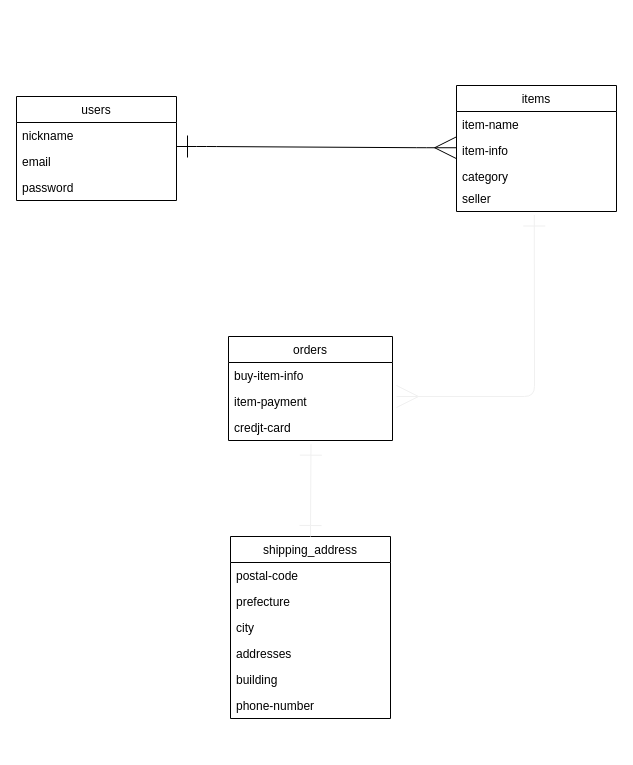
The draw.io diagram furima.dio in HiroDragon3/furima-34298, before the edit. Source tidied: cells renumbered, new cells numbered last; positions are measured from the earlier drawing's top-left corner, leaving out a move shared by most shapes. Both pictures are drawn from the tidied source at 100%, with x=0, y=0 at pixel (16, 85).
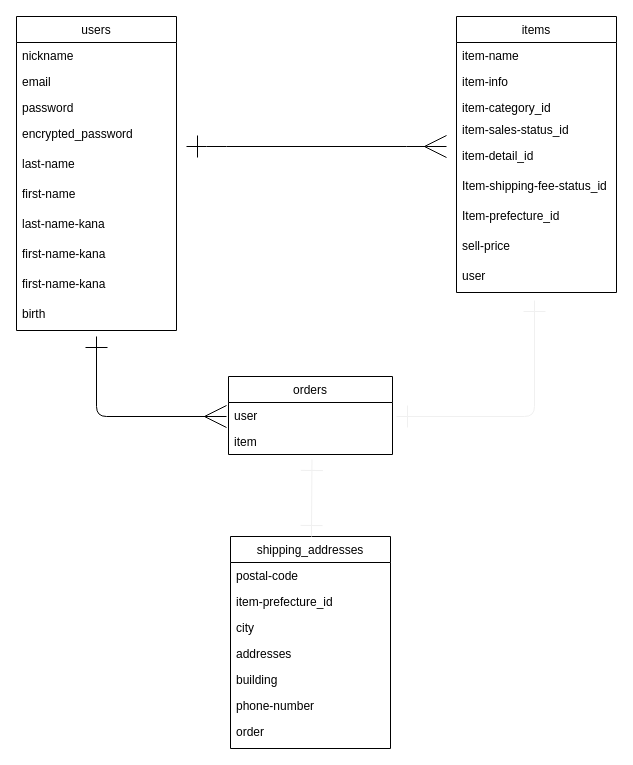
After the change.

Commit message (it also covers changes not shown here):
データベース設計　修正4

The change refers to these unchanged cells:
```xml
<mxCell id="8" value="item-info" style="text;strokeColor=none;fillColor=none;align=left;verticalAlign=top;spacingLeft=4;spacingRight=4;overflow=hidden;points=[[0,0.5],[1,0.5]];portConstraint=eastwest;" parent="6" vertex="1">
  <mxGeometry y="52" width="160" height="26" as="geometry" />
</mxCell>
```

Diff of the diagram source:
```diff
@@
     <mxCell id="2" value="users" style="swimlane;fontStyle=0;horizontal=1;startSize=26;fillColor=none;" parent="1" vertex="1">
-      <mxGeometry y="11" width="160" height="104" as="geometry" />
+      <mxGeometry y="-69" width="160" height="314" as="geometry" />
     </mxCell>
@@
+    <mxCell id="25" value="encrypted_password" style="text;strokeColor=none;fillColor=none;spacingLeft=4;spacingRight=4;overflow=hidden;fontSize=12;" parent="2" vertex="1">
+      <mxGeometry y="104" width="160" height="30" as="geometry" />
+    </mxCell>
+    <mxCell id="26" value="last-name" style="text;strokeColor=none;fillColor=none;spacingLeft=4;spacingRight=4;overflow=hidden;fontSize=12;" parent="2" vertex="1">
+      <mxGeometry y="134" width="160" height="30" as="geometry" />
+    </mxCell>
+    <mxCell id="27" value="first-name" style="text;strokeColor=none;fillColor=none;spacingLeft=4;spacingRight=4;overflow=hidden;fontSize=12;" parent="2" vertex="1">
+      <mxGeometry y="164" width="160" height="30" as="geometry" />
+    </mxCell>
+    <mxCell id="28" value="last-name-kana" style="text;strokeColor=none;fillColor=none;spacingLeft=4;spacingRight=4;overflow=hidden;fontSize=12;" parent="2" vertex="1">
+      <mxGeometry y="194" width="160" height="30" as="geometry" />
+    </mxCell>
+    <mxCell id="29" value="first-name-kana" style="text;strokeColor=none;fillColor=none;spacingLeft=4;spacingRight=4;overflow=hidden;fontSize=12;" parent="2" vertex="1">
+      <mxGeometry y="224" width="160" height="30" as="geometry" />
+    </mxCell>
+    <mxCell id="30" value="first-name-kana" style="text;strokeColor=none;fillColor=none;spacingLeft=4;spacingRight=4;overflow=hidden;fontSize=12;" parent="2" vertex="1">
+      <mxGeometry y="254" width="160" height="30" as="geometry" />
+    </mxCell>
+    <mxCell id="31" value="birth" style="text;strokeColor=none;fillColor=none;spacingLeft=4;spacingRight=4;overflow=hidden;fontSize=12;" parent="2" vertex="1">
+      <mxGeometry y="284" width="160" height="30" as="geometry" />
+    </mxCell>
     <mxCell id="6" value="items" style="swimlane;fontStyle=0;horizontal=1;startSize=26;fillColor=none;" parent="1" vertex="1">
-      <mxGeometry x="440" width="160" height="126" as="geometry" />
+      <mxGeometry x="440" y="-69" width="160" height="276" as="geometry" />
     </mxCell>
@@
-    <mxCell id="9" value="category" style="text;strokeColor=none;fillColor=none;align=left;verticalAlign=top;spacingLeft=4;spacingRight=4;overflow=hidden;" parent="6" vertex="1">
+    <mxCell id="9" value="item-category_id" style="text;strokeColor=none;fillColor=none;align=left;verticalAlign=top;spacingLeft=4;spacingRight=4;overflow=hidden;" parent="6" vertex="1">
       <mxGeometry y="78" width="160" height="22" as="geometry" />
     </mxCell>
-    <mxCell id="10" value="seller" style="text;strokeColor=none;fillColor=none;align=left;verticalAlign=top;spacingLeft=4;spacingRight=4;overflow=hidden;points=[[0,0.5],[1,0.5]];portConstraint=eastwest;" parent="6" vertex="1">
+    <mxCell id="10" value="item-sales-status_id" style="text;strokeColor=none;fillColor=none;align=left;verticalAlign=top;spacingLeft=4;spacingRight=4;overflow=hidden;points=[[0,0.5],[1,0.5]];portConstraint=eastwest;" parent="6" vertex="1">
       <mxGeometry y="100" width="160" height="26" as="geometry" />
     </mxCell>
+    <mxCell id="32" value="item-detail_id" style="text;strokeColor=none;fillColor=none;spacingLeft=4;spacingRight=4;overflow=hidden;fontSize=12;" parent="6" vertex="1">
+      <mxGeometry y="126" width="160" height="30" as="geometry" />
+    </mxCell>
+    <mxCell id="33" value="Item-shipping-fee-status_id" style="text;strokeColor=none;fillColor=none;spacingLeft=4;spacingRight=4;overflow=hidden;fontSize=12;" parent="6" vertex="1">
+      <mxGeometry y="156" width="160" height="30" as="geometry" />
+    </mxCell>
+    <mxCell id="34" value="Item-prefecture_id" style="text;strokeColor=none;fillColor=none;spacingLeft=4;spacingRight=4;overflow=hidden;fontSize=12;" parent="6" vertex="1">
+      <mxGeometry y="186" width="160" height="30" as="geometry" />
+    </mxCell>
+    <mxCell id="35" value="sell-price" style="text;strokeColor=none;fillColor=none;spacingLeft=4;spacingRight=4;overflow=hidden;fontSize=12;" parent="6" vertex="1">
+      <mxGeometry y="216" width="160" height="30" as="geometry" />
+    </mxCell>
+    <mxCell id="36" value="user" style="text;strokeColor=none;fillColor=none;spacingLeft=4;spacingRight=4;overflow=hidden;fontSize=12;" parent="6" vertex="1">
+      <mxGeometry y="246" width="160" height="30" as="geometry" />
+    </mxCell>
     <mxCell id="11" value="orders" style="swimlane;fontStyle=0;horizontal=1;startSize=26;fillColor=none;" parent="1" vertex="1">
-      <mxGeometry x="212" y="251" width="164" height="104" as="geometry" />
+      <mxGeometry x="212" y="291" width="164" height="78" as="geometry" />
     </mxCell>
-    <mxCell id="12" value="buy-item-info" style="text;strokeColor=none;fillColor=none;align=left;verticalAlign=top;spacingLeft=4;spacingRight=4;overflow=hidden;" parent="11" vertex="1">
+    <mxCell id="12" value="user" style="text;strokeColor=none;fillColor=none;align=left;verticalAlign=top;spacingLeft=4;spacingRight=4;overflow=hidden;" parent="11" vertex="1">
       <mxGeometry y="26" width="164" height="26" as="geometry" />
     </mxCell>
-    <mxCell id="13" value="item-payment" style="text;strokeColor=none;fillColor=none;align=left;verticalAlign=top;spacingLeft=4;spacingRight=4;overflow=hidden;points=[[0,0.5],[1,0.5]];portConstraint=eastwest;" parent="11" vertex="1">
+    <mxCell id="13" value="item" style="text;strokeColor=none;fillColor=none;align=left;verticalAlign=top;spacingLeft=4;spacingRight=4;overflow=hidden;points=[[0,0.5],[1,0.5]];portConstraint=eastwest;" parent="11" vertex="1">
       <mxGeometry y="52" width="164" height="26" as="geometry" />
     </mxCell>
-    <mxCell id="14" value="credjt-card" style="text;strokeColor=none;fillColor=none;align=left;verticalAlign=top;spacingLeft=4;spacingRight=4;overflow=hidden;points=[[0,0.5],[1,0.5]];portConstraint=eastwest;" parent="11" vertex="1">
-      <mxGeometry y="78" width="164" height="26" as="geometry" />
-    </mxCell>
-    <mxCell id="15" value="shipping_address" style="swimlane;fontStyle=0;horizontal=1;startSize=26;fillColor=none;" parent="1" vertex="1">
-      <mxGeometry x="214" y="451" width="160" height="182" as="geometry" />
+    <mxCell id="15" value="shipping_addresses" style="swimlane;fontStyle=0;horizontal=1;startSize=26;fillColor=none;" parent="1" vertex="1">
+      <mxGeometry x="214" y="451" width="160" height="212" as="geometry" />
     </mxCell>
@@
-    <mxCell id="17" value="prefecture" style="text;strokeColor=none;fillColor=none;align=left;verticalAlign=top;spacingLeft=4;spacingRight=4;overflow=hidden;" parent="15" vertex="1">
+    <mxCell id="17" value="item-prefecture_id" style="text;strokeColor=none;fillColor=none;align=left;verticalAlign=top;spacingLeft=4;spacingRight=4;overflow=hidden;" parent="15" vertex="1">
       <mxGeometry y="52" width="160" height="26" as="geometry" />
     </mxCell>
@@
+    <mxCell id="37" value="order" style="text;strokeColor=none;fillColor=none;spacingLeft=4;spacingRight=4;overflow=hidden;fontSize=12;" parent="15" vertex="1">
+      <mxGeometry y="182" width="160" height="30" as="geometry" />
+    </mxCell>
-    <mxCell id="22" style="edgeStyle=entityRelationEdgeStyle;fontSize=12;html=1;endArrow=ERmany;entryX=0.001;entryY=0.394;entryDx=0;entryDy=0;entryPerimeter=0;endFill=0;startArrow=ERone;startFill=0;endSize=20;startSize=20;targetPerimeterSpacing=0;strokeWidth=1;shadow=0;" parent="1" edge="1" target="8">
+    <mxCell id="22" style="edgeStyle=entityRelationEdgeStyle;fontSize=12;html=1;endArrow=ERmany;endFill=0;startArrow=ERone;startFill=0;endSize=20;startSize=20;targetPerimeterSpacing=0;strokeWidth=1;shadow=0;" parent="1" edge="1">
       <mxGeometry relative="1" as="geometry">
-        <mxPoint x="160" y="61" as="sourcePoint" />
+        <mxPoint x="170" y="61" as="sourcePoint" />
+        <mxPoint x="430" y="61" as="targetPoint" />
       </mxGeometry>
     </mxCell>
-    <mxCell id="23" style="endArrow=ERmany;html=1;shadow=0;strokeColor=#f0f0f0;strokeWidth=1;startArrow=ERone;startFill=0;endFill=0;exitX=0.486;exitY=1.135;exitDx=0;exitDy=0;exitPerimeter=0;endSize=20;startSize=20;" parent="1" edge="1" source="10">
+    <mxCell id="23" style="endArrow=ERone;html=1;shadow=0;strokeColor=#f0f0f0;strokeWidth=1;startArrow=ERone;startFill=0;endFill=0;endSize=20;startSize=20;" parent="1" edge="1">
       <mxGeometry relative="1" as="geometry">
-        <mxPoint x="380" y="311" as="targetPoint" />
+        <mxPoint x="518" y="215" as="sourcePoint" />
+        <mxPoint x="380" y="331" as="targetPoint" />
         <Array as="points">
-          <mxPoint x="518" y="311" />
+          <mxPoint x="518" y="331" />
         </Array>
       </mxGeometry>
     </mxCell>
-    <mxCell id="24" style="endArrow=ERone;html=1;shadow=0;strokeColor=#f0f0f0;strokeWidth=1;startArrow=ERone;startFill=0;endFill=0;entryX=0.503;entryY=1.141;entryDx=0;entryDy=0;entryPerimeter=0;exitX=0.5;exitY=0;exitDx=0;exitDy=0;endSize=20;startSize=20;" parent="1" edge="1" source="15" target="14">
-      <mxGeometry relative="1" as="geometry" />
+    <mxCell id="24" style="endArrow=ERone;html=1;shadow=0;strokeColor=#f0f0f0;strokeWidth=1;startArrow=ERone;startFill=0;endFill=0;endSize=20;startSize=20;entryX=0.509;entryY=1.192;entryDx=0;entryDy=0;entryPerimeter=0;" parent="1" edge="1" target="13">
+      <mxGeometry relative="1" as="geometry">
+        <mxPoint x="295" y="451" as="sourcePoint" />
+      </mxGeometry>
     </mxCell>
+    <mxCell id="38" style="endArrow=ERmany;html=1;startArrow=ERone;startFill=0;endSize=20;startSize=20;endFill=0;" parent="1" edge="1">
+      <mxGeometry relative="1" as="geometry">
+        <mxPoint x="80" y="251" as="sourcePoint" />
+        <mxPoint x="210" y="331" as="targetPoint" />
+        <Array as="points">
+          <mxPoint x="80" y="331" />
+        </Array>
+      </mxGeometry>
+    </mxCell>
```
